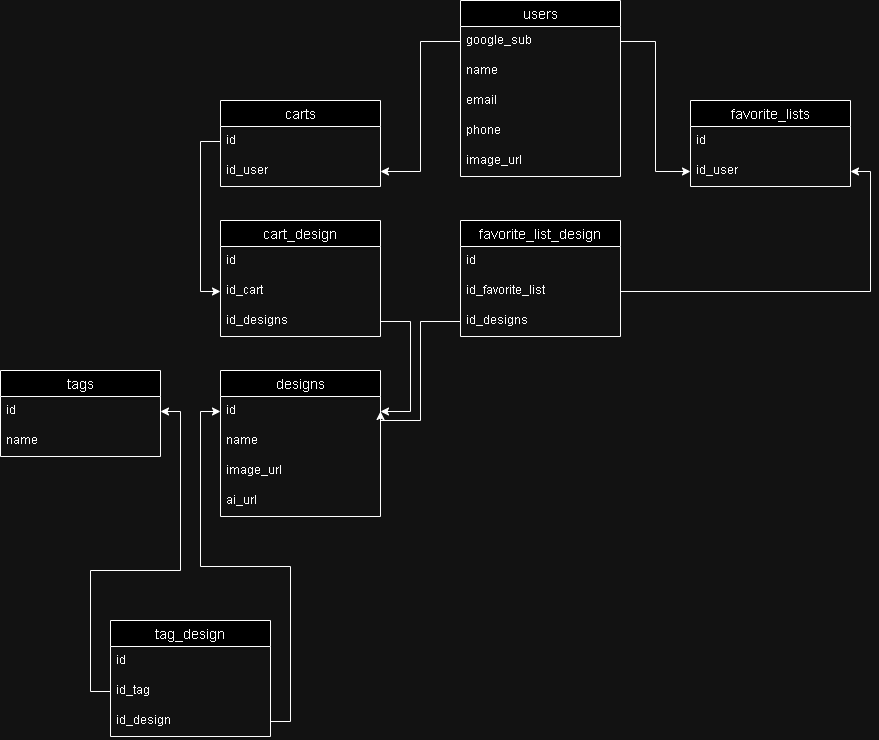
Earlier version of the draw.io export planning/memorable_mer.drawio.png (jjhbotache/memorable_3_back). Source tidied: cells renumbered, new cells last; positions are measured from the earlier drawing's top-left corner, leaving out a move shared by most shapes.
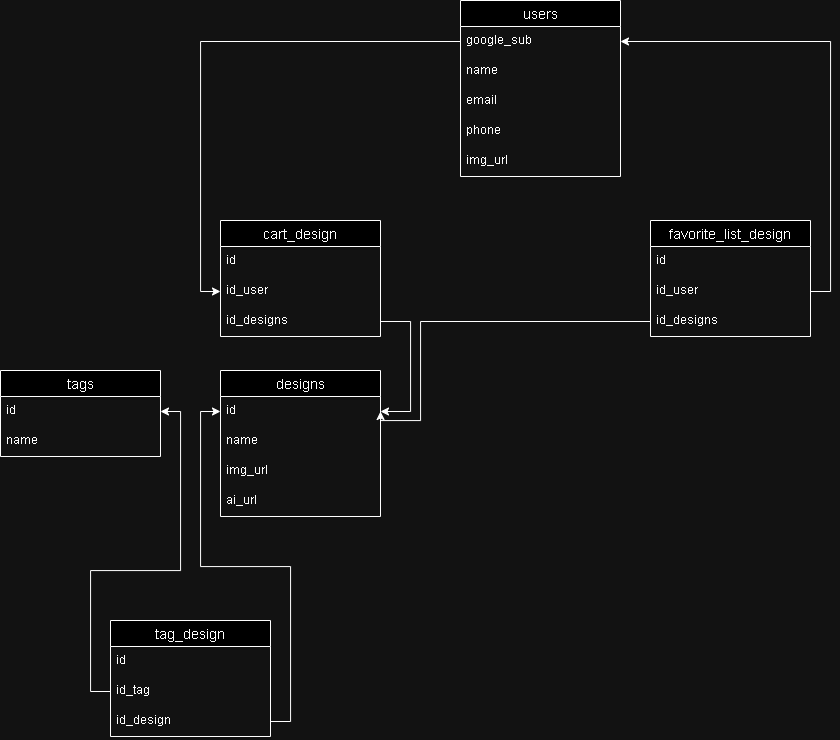
Later version of the same file.

Diff of the diagram source:
```diff
@@ -17,21 +17,9 @@
     <mxCell id="6" value="phone" style="text;strokeColor=none;fillColor=none;spacingLeft=4;spacingRight=4;overflow=hidden;fontSize=12;whiteSpace=wrap;html=1;" parent="2" vertex="1">
       <mxGeometry y="116" width="160" height="30" as="geometry" />
     </mxCell>
-    <mxCell id="7" value="image_url" style="text;strokeColor=none;fillColor=none;spacingLeft=4;spacingRight=4;overflow=hidden;fontSize=12;whiteSpace=wrap;html=1;" parent="2" vertex="1">
+    <mxCell id="7" value="img_url" style="text;strokeColor=none;fillColor=none;spacingLeft=4;spacingRight=4;overflow=hidden;fontSize=12;whiteSpace=wrap;html=1;" parent="2" vertex="1">
       <mxGeometry y="146" width="160" height="30" as="geometry" />
     </mxCell>
-    <mxCell id="8" value="carts" style="swimlane;fontStyle=0;horizontal=1;startSize=26;align=center;fontSize=14;" parent="1" vertex="1">
-      <mxGeometry x="220" y="100" width="160" height="86" as="geometry" />
-    </mxCell>
-    <mxCell id="9" value="id" style="text;strokeColor=none;fillColor=none;spacingLeft=4;spacingRight=4;overflow=hidden;points=[[0,0.5],[1,0.5]];portConstraint=eastwest;fontSize=12;whiteSpace=wrap;html=1;" parent="8" vertex="1">
-      <mxGeometry y="26" width="160" height="30" as="geometry" />
-    </mxCell>
-    <mxCell id="10" value="id_user" style="text;strokeColor=none;fillColor=none;spacingLeft=4;spacingRight=4;overflow=hidden;points=[[0,0.5],[1,0.5]];portConstraint=eastwest;fontSize=12;whiteSpace=wrap;html=1;" parent="8" vertex="1">
-      <mxGeometry y="56" width="160" height="30" as="geometry" />
-    </mxCell>
-    <mxCell id="11" style="edgeStyle=orthogonalEdgeStyle;rounded=0;jettySize=auto;html=1;" parent="1" edge="1" source="3" target="10">
-      <mxGeometry relative="1" as="geometry" />
-    </mxCell>
     <mxCell id="12" value="designs" style="swimlane;fontStyle=0;horizontal=1;startSize=26;align=center;fontSize=14;" parent="1" vertex="1">
       <mxGeometry x="220" y="370" width="160" height="146" as="geometry" />
     </mxCell>
@@ -41,7 +29,7 @@
     <mxCell id="14" value="name" style="text;strokeColor=none;fillColor=none;spacingLeft=4;spacingRight=4;overflow=hidden;fontSize=12;whiteSpace=wrap;html=1;" parent="12" vertex="1">
       <mxGeometry y="56" width="160" height="30" as="geometry" />
     </mxCell>
-    <mxCell id="15" value="image_url" style="text;strokeColor=none;fillColor=none;spacingLeft=4;spacingRight=4;overflow=hidden;fontSize=12;whiteSpace=wrap;html=1;" parent="12" vertex="1">
+    <mxCell id="15" value="img_url" style="text;strokeColor=none;fillColor=none;spacingLeft=4;spacingRight=4;overflow=hidden;fontSize=12;whiteSpace=wrap;html=1;" parent="12" vertex="1">
       <mxGeometry y="86" width="160" height="30" as="geometry" />
     </mxCell>
     <mxCell id="16" value="ai_url" style="text;strokeColor=none;fillColor=none;spacingLeft=4;spacingRight=4;overflow=hidden;fontSize=12;whiteSpace=wrap;html=1;" parent="12" vertex="1">
@@ -87,7 +75,7 @@
     <mxCell id="27" value="id" style="text;strokeColor=none;fillColor=none;spacingLeft=4;spacingRight=4;overflow=hidden;fontSize=12;whiteSpace=wrap;html=1;" parent="26" vertex="1">
       <mxGeometry y="26" width="160" height="30" as="geometry" />
     </mxCell>
-    <mxCell id="28" value="id_cart" style="text;strokeColor=none;fillColor=none;spacingLeft=4;spacingRight=4;overflow=hidden;points=[[0,0.5],[1,0.5]];portConstraint=eastwest;fontSize=12;whiteSpace=wrap;html=1;" parent="26" vertex="1">
+    <mxCell id="28" value="id_user" style="text;strokeColor=none;fillColor=none;spacingLeft=4;spacingRight=4;overflow=hidden;points=[[0,0.5],[1,0.5]];portConstraint=eastwest;fontSize=12;whiteSpace=wrap;html=1;" parent="26" vertex="1">
       <mxGeometry y="56" width="160" height="30" as="geometry" />
     </mxCell>
     <mxCell id="29" value="id_designs" style="text;strokeColor=none;fillColor=none;spacingLeft=4;spacingRight=4;overflow=hidden;points=[[0,0.5],[1,0.5]];portConstraint=eastwest;fontSize=12;whiteSpace=wrap;html=1;" parent="26" vertex="1">
@@ -101,34 +89,22 @@
         </Array>
       </mxGeometry>
     </mxCell>
-    <mxCell id="31" style="edgeStyle=orthogonalEdgeStyle;rounded=0;jettySize=auto;html=1;entryX=0;entryY=0.5;entryDx=0;entryDy=0;" parent="1" edge="1" source="9" target="28">
+    <mxCell id="31" style="edgeStyle=orthogonalEdgeStyle;rounded=0;jettySize=auto;html=1;entryX=0;entryY=0.5;entryDx=0;entryDy=0;exitX=0;exitY=0.5;exitDx=0;exitDy=0;" parent="1" edge="1" source="3" target="28">
       <mxGeometry relative="1" as="geometry" />
     </mxCell>
-    <mxCell id="32" value="favorite_lists" style="swimlane;fontStyle=0;horizontal=1;startSize=26;align=center;fontSize=14;" parent="1" vertex="1">
-      <mxGeometry x="690" y="100" width="160" height="86" as="geometry" />
-    </mxCell>
-    <mxCell id="33" value="id" style="text;strokeColor=none;fillColor=none;spacingLeft=4;spacingRight=4;overflow=hidden;fontSize=12;whiteSpace=wrap;html=1;" parent="32" vertex="1">
-      <mxGeometry y="26" width="160" height="30" as="geometry" />
-    </mxCell>
-    <mxCell id="34" value="id_user" style="text;strokeColor=none;fillColor=none;spacingLeft=4;spacingRight=4;overflow=hidden;points=[[0,0.5],[1,0.5]];portConstraint=eastwest;fontSize=12;whiteSpace=wrap;html=1;" parent="32" vertex="1">
-      <mxGeometry y="56" width="160" height="30" as="geometry" />
-    </mxCell>
-    <mxCell id="35" style="edgeStyle=orthogonalEdgeStyle;rounded=0;jettySize=auto;html=1;" parent="1" edge="1" source="3" target="34">
-      <mxGeometry relative="1" as="geometry" />
-    </mxCell>
     <mxCell id="36" value="favorite_list_design" style="swimlane;fontStyle=0;horizontal=1;startSize=26;align=center;fontSize=14;" parent="1" vertex="1">
-      <mxGeometry x="460" y="220" width="160" height="116" as="geometry" />
+      <mxGeometry x="650" y="220" width="160" height="116" as="geometry" />
     </mxCell>
     <mxCell id="37" value="id" style="text;strokeColor=none;fillColor=none;spacingLeft=4;spacingRight=4;overflow=hidden;fontSize=12;whiteSpace=wrap;html=1;" parent="36" vertex="1">
       <mxGeometry y="26" width="160" height="30" as="geometry" />
     </mxCell>
-    <mxCell id="38" value="id_favorite_list" style="text;strokeColor=none;fillColor=none;spacingLeft=4;spacingRight=4;overflow=hidden;points=[[0,0.5],[1,0.5]];portConstraint=eastwest;fontSize=12;whiteSpace=wrap;html=1;" parent="36" vertex="1">
+    <mxCell id="38" value="id_user" style="text;strokeColor=none;fillColor=none;spacingLeft=4;spacingRight=4;overflow=hidden;points=[[0,0.5],[1,0.5]];portConstraint=eastwest;fontSize=12;whiteSpace=wrap;html=1;" parent="36" vertex="1">
       <mxGeometry y="56" width="160" height="30" as="geometry" />
     </mxCell>
     <mxCell id="39" value="id_designs" style="text;strokeColor=none;fillColor=none;spacingLeft=4;spacingRight=4;overflow=hidden;points=[[0,0.5],[1,0.5]];portConstraint=eastwest;fontSize=12;whiteSpace=wrap;html=1;" parent="36" vertex="1">
       <mxGeometry y="86" width="160" height="30" as="geometry" />
     </mxCell>
-    <mxCell id="40" style="edgeStyle=orthogonalEdgeStyle;rounded=0;jettySize=auto;html=1;entryX=1;entryY=0.5;entryDx=0;entryDy=0;" parent="1" edge="1" source="38" target="34">
+    <mxCell id="40" style="edgeStyle=orthogonalEdgeStyle;rounded=0;jettySize=auto;html=1;entryX=1;entryY=0.5;entryDx=0;entryDy=0;exitX=1;exitY=0.5;exitDx=0;exitDy=0;" parent="1" edge="1" source="38" target="3">
       <mxGeometry relative="1" as="geometry" />
     </mxCell>
     <mxCell id="41" style="edgeStyle=orthogonalEdgeStyle;rounded=0;jettySize=auto;html=1;entryX=1;entryY=0.5;entryDx=0;entryDy=0;" parent="1" edge="1" source="39" target="13">
```
